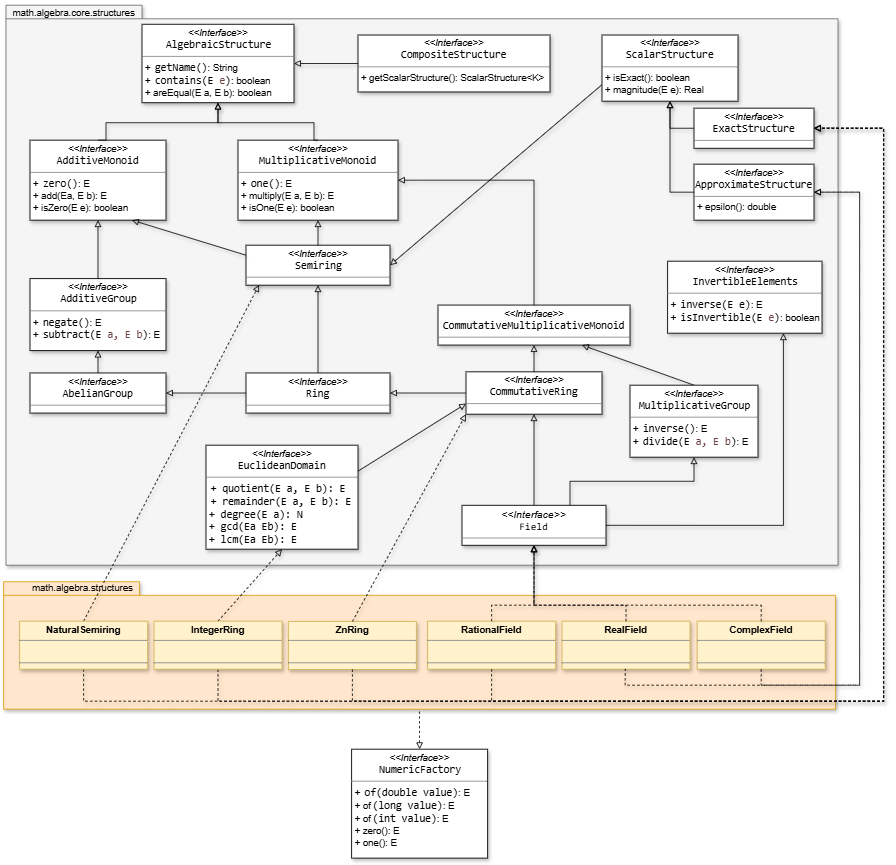
Before: docs/SMFN-algebra-structures.png, a diagram exported from draw.io (gom9000/SMFN). Source tidied: cells renumbered, new cells last; positions are measured from the earlier drawing's top-left corner, leaving out a move shared by most shapes.
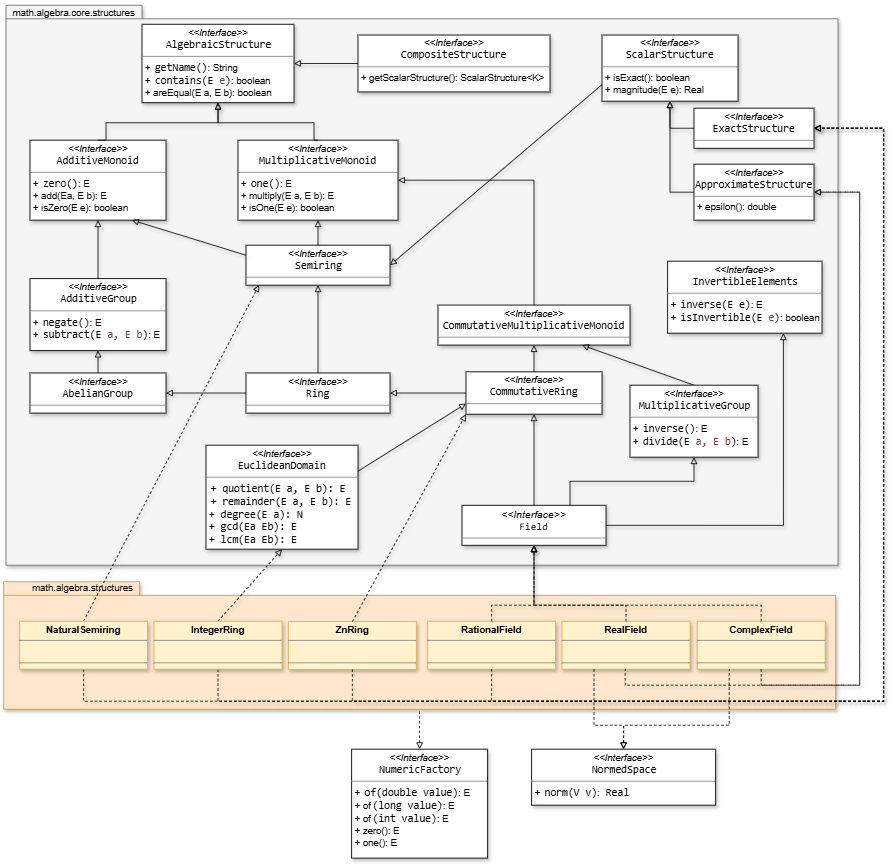
After the commit.

Commit message:
add metrics to Real & Complex fields

Diff of the diagram source:
```diff
@@ -252,5 +252,24 @@
     <mxCell id="64" value="&lt;p style=&quot;margin:0px;margin-top:4px;text-align:center;&quot;&gt;&lt;i&gt;&amp;lt;&amp;lt;Interface&amp;gt;&amp;gt;&lt;/i&gt;&lt;br&gt;&lt;span style=&quot;padding: 0px 0px 0px 2px;&quot;&gt;&lt;span style=&quot;font-family: Consolas; font-size: 10pt; white-space: pre;&quot;&gt;&lt;span style=&quot;&quot;&gt;NumericFactory&lt;/span&gt;&lt;/span&gt;&lt;/span&gt;&lt;/p&gt;&lt;hr size=&quot;1&quot; style=&quot;border-style:solid;&quot;&gt;&lt;p style=&quot;margin:0px;margin-left:4px;&quot;&gt;&lt;/p&gt;&lt;p style=&quot;margin:0px;margin-left:4px;&quot;&gt;&lt;span style=&quot;background-color: transparent; color: light-dark(rgb(0, 0, 0), rgb(255, 255, 255));&quot;&gt;+&amp;nbsp;&lt;/span&gt;&lt;span style=&quot;background-color: transparent; color: light-dark(rgb(0, 0, 0), rgb(255, 255, 255)); padding: 0px 0px 0px 2px;&quot;&gt;&lt;span style=&quot;font-family: Consolas; font-size: 10pt; white-space: pre;&quot;&gt;of(double value)&lt;/span&gt;&lt;/span&gt;&lt;span style=&quot;background-color: transparent; color: light-dark(rgb(0, 0, 0), rgb(255, 255, 255));&quot;&gt;: E&lt;/span&gt;&lt;/p&gt;&lt;p style=&quot;margin:0px;margin-left:4px;&quot;&gt;+ of&lt;span style=&quot;padding: 0px 0px 0px 2px;&quot;&gt;&lt;span style=&quot;font-family: Consolas; font-size: 10pt; white-space: pre;&quot;&gt;(long value)&lt;/span&gt;&lt;/span&gt;: E&lt;/p&gt;&lt;p style=&quot;margin:0px;margin-left:4px;&quot;&gt;+ of&lt;span style=&quot;padding: 0px 0px 0px 2px;&quot;&gt;&lt;span style=&quot;font-family: Consolas; font-size: 10pt; white-space: pre;&quot;&gt;(int value)&lt;/span&gt;&lt;/span&gt;: E&lt;/p&gt;&lt;p style=&quot;margin:0px;margin-left:4px;&quot;&gt;+ zero(): E&lt;/p&gt;&lt;p style=&quot;margin:0px;margin-left:4px;&quot;&gt;+ one(): E&lt;/p&gt;" style="verticalAlign=top;align=left;overflow=fill;html=1;whiteSpace=wrap;labelBackgroundColor=none;shadow=1;" parent="1" vertex="1">
       <mxGeometry x="435" y="933" width="170" height="136.2" as="geometry" />
     </mxCell>
+    <mxCell id="65" style="edgeStyle=orthogonalEdgeStyle;rounded=0;jettySize=auto;html=1;exitX=0.5;exitY=0;exitDx=0;exitDy=0;entryX=0.25;entryY=1;entryDx=0;entryDy=0;dashed=1;strokeColor=default;align=center;verticalAlign=middle;fontFamily=Helvetica;fontSize=11;fontColor=default;labelBackgroundColor=default;startArrow=block;startFill=0;endArrow=none;endFill=0;" parent="1" edge="1" source="67" target="5">
+      <mxGeometry relative="1" as="geometry">
+        <Array as="points">
+          <mxPoint x="775" y="903" />
+          <mxPoint x="738" y="903" />
+        </Array>
+      </mxGeometry>
+    </mxCell>
+    <mxCell id="66" style="edgeStyle=orthogonalEdgeStyle;rounded=0;jettySize=auto;html=1;exitX=0.5;exitY=0;exitDx=0;exitDy=0;entryX=0.25;entryY=1;entryDx=0;entryDy=0;dashed=1;strokeColor=default;align=center;verticalAlign=middle;fontFamily=Helvetica;fontSize=11;fontColor=default;labelBackgroundColor=default;startArrow=block;startFill=0;endArrow=none;endFill=0;" parent="1" edge="1" source="67" target="7">
+      <mxGeometry relative="1" as="geometry">
+        <Array as="points">
+          <mxPoint x="775" y="903" />
+          <mxPoint x="907" y="903" />
+        </Array>
+      </mxGeometry>
+    </mxCell>
+    <mxCell id="67" value="&lt;p style=&quot;margin:0px;margin-top:4px;text-align:center;&quot;&gt;&lt;i&gt;&amp;lt;&amp;lt;Interface&amp;gt;&amp;gt;&lt;/i&gt;&lt;br&gt;&lt;span style=&quot;padding: 0px 0px 0px 2px;&quot;&gt;&lt;span style=&quot;font-family: Consolas; font-size: 10pt; white-space: pre;&quot;&gt;&lt;span style=&quot;&quot;&gt;NormedSpace&lt;/span&gt;&lt;/span&gt;&lt;/span&gt;&lt;/p&gt;&lt;hr size=&quot;1&quot; style=&quot;border-style:solid;&quot;&gt;&lt;p style=&quot;margin:0px;margin-left:4px;&quot;&gt;&lt;/p&gt;&lt;p style=&quot;margin:0px;margin-left:4px;&quot;&gt;&lt;span style=&quot;background-color: transparent; color: light-dark(rgb(0, 0, 0), rgb(255, 255, 255));&quot;&gt;+&amp;nbsp;&lt;/span&gt;&lt;span style=&quot;color: light-dark(rgb(0, 0, 0), rgb(255, 255, 255)); background-color: rgb(255, 255, 255); padding: 0px 0px 0px 2px;&quot;&gt;&lt;span style=&quot;font-family: Consolas; font-size: 10pt; white-space-collapse: preserve;&quot;&gt;norm(V v)&lt;/span&gt;&lt;/span&gt;&lt;span style=&quot;background-color: transparent; color: light-dark(rgb(0, 0, 0), rgb(255, 255, 255)); font-family: Consolas; font-size: 10pt; white-space: pre;&quot;&gt;&lt;span style=&quot;font-family: Helvetica; font-size: 12px; white-space: normal;&quot;&gt;:&lt;/span&gt; Real&lt;/span&gt;&lt;/p&gt;&lt;p style=&quot;margin:0px;margin-left:4px;&quot;&gt;&lt;span style=&quot;color: light-dark(rgb(0, 0, 0), rgb(255, 255, 255)); font-family: Consolas; font-size: 10pt; white-space: pre;&quot;&gt;&lt;br&gt;&lt;/span&gt;&lt;/p&gt;" style="verticalAlign=top;align=left;overflow=fill;html=1;whiteSpace=wrap;labelBackgroundColor=none;shadow=1;" parent="1" vertex="1">
+      <mxGeometry x="660" y="933" width="230" height="70" as="geometry" />
+    </mxCell>
   </root>
 </mxGraphModel>
```
